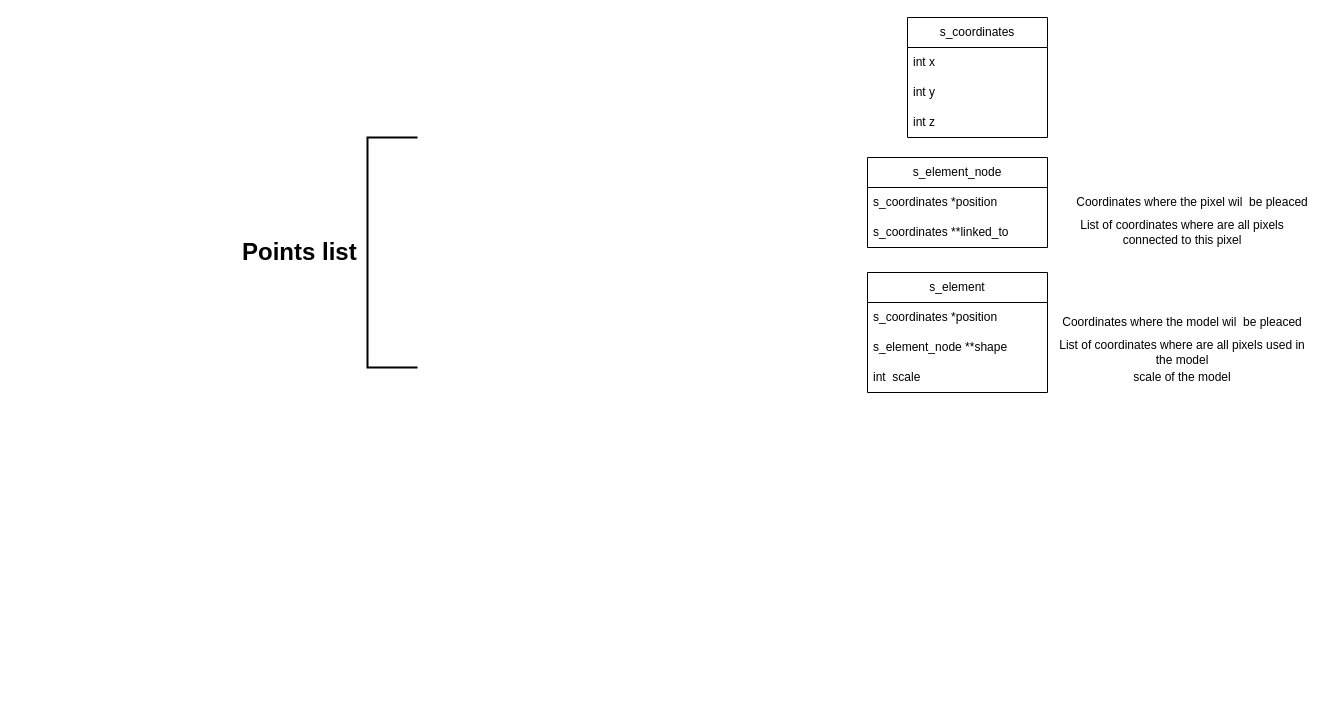
Earlier version of the draw.io diagram page "data layer" (2 of 4) of Untitled Diagram.drawio (nythocampos/42_code). Source tidied: cells renumbered, new cells numbered last; positions are measured from the earlier drawing's top-left corner, leaving out a move shared by most shapes. Both pictures are drawn from the tidied source at 100%, with x=0, y=0 at pixel (237, 17).
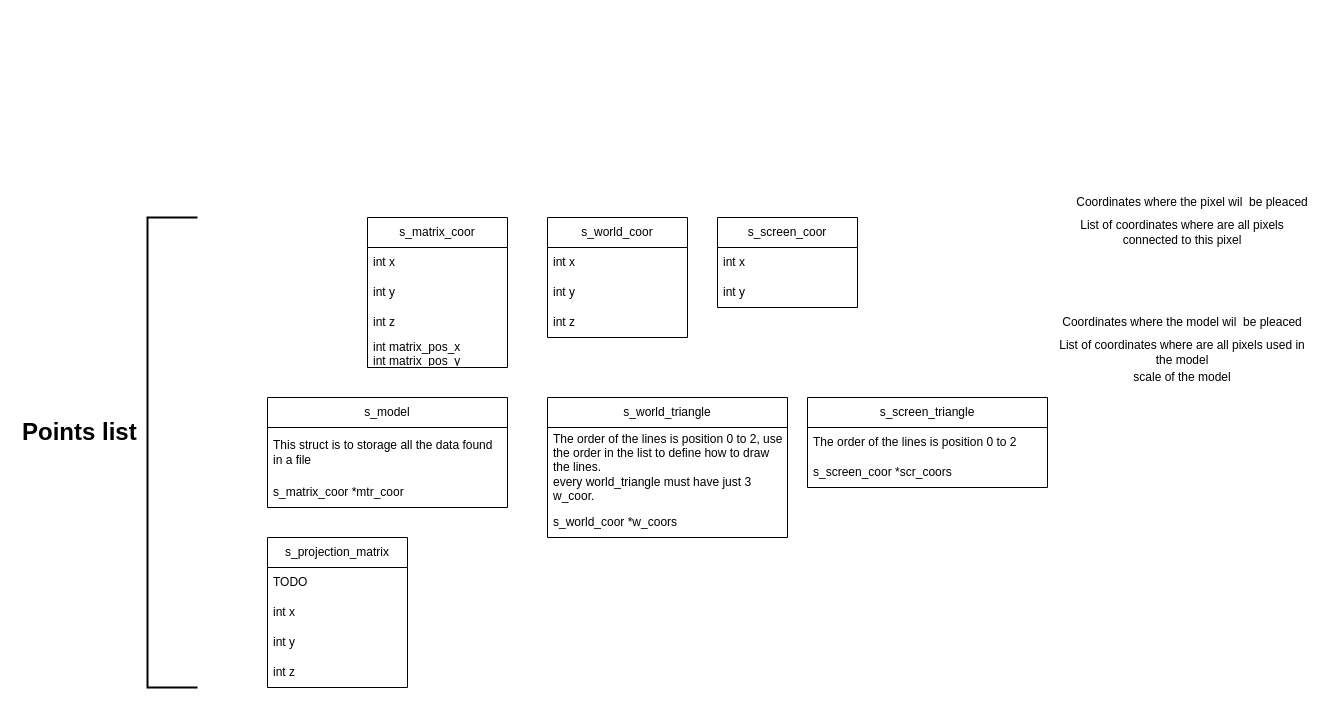
The same page after the edit.

Diff of the diagram source:
```diff
@@
     <mxCell id="2" value="&lt;h1&gt;Points list&lt;/h1&gt;" style="text;html=1;strokeColor=none;fillColor=none;spacing=5;spacingTop=-20;whiteSpace=wrap;overflow=hidden;rounded=0;" parent="1" vertex="1">
-      <mxGeometry y="215" width="140" height="40" as="geometry" />
+      <mxGeometry x="-220" y="395" width="140" height="40" as="geometry" />
     </mxCell>
     <mxCell id="3" style="strokeWidth=2;html=1;shape=mxgraph.flowchart.annotation_1;align=left;" parent="1" vertex="1">
-      <mxGeometry x="130" y="120" width="50" height="230" as="geometry" />
+      <mxGeometry x="-90" y="200" width="50" height="470" as="geometry" />
     </mxCell>
-    <mxCell id="4" value="s_coordinates" style="swimlane;fontStyle=0;horizontal=1;startSize=30;whiteSpace=wrap;html=1;" parent="1" vertex="1">
-      <mxGeometry x="670" width="140" height="120" as="geometry" />
+    <mxCell id="4" value="s_world_coor" style="swimlane;fontStyle=0;horizontal=1;startSize=30;whiteSpace=wrap;html=1;" parent="1" vertex="1">
+      <mxGeometry x="310" y="200" width="140" height="120" as="geometry" />
     </mxCell>
@@
-    <mxCell id="8" value="s_element_node" style="swimlane;fontStyle=0;horizontal=1;startSize=30;whiteSpace=wrap;html=1;" parent="1" vertex="1">
-      <mxGeometry x="630" y="140" width="180" height="90" as="geometry" />
-    </mxCell>
-    <mxCell id="9" value="s_coordinates *position" style="text;strokeColor=none;fillColor=none;align=left;verticalAlign=middle;spacingLeft=4;spacingRight=4;overflow=hidden;whiteSpace=wrap;html=1;" parent="8" vertex="1">
-      <mxGeometry y="30" width="180" height="30" as="geometry" />
-    </mxCell>
-    <mxCell id="10" value="s_coordinates **linked_to" style="text;strokeColor=none;fillColor=none;align=left;verticalAlign=middle;spacingLeft=4;spacingRight=4;overflow=hidden;whiteSpace=wrap;html=1;" parent="8" vertex="1">
-      <mxGeometry y="60" width="180" height="30" as="geometry" />
-    </mxCell>
-    <mxCell id="11" value="s_element" style="swimlane;fontStyle=0;horizontal=1;startSize=30;whiteSpace=wrap;html=1;" parent="1" vertex="1">
-      <mxGeometry x="630" y="255" width="180" height="120" as="geometry" />
-    </mxCell>
-    <mxCell id="12" value="s_coordinates *position" style="text;strokeColor=none;fillColor=none;align=left;verticalAlign=middle;spacingLeft=4;spacingRight=4;overflow=hidden;whiteSpace=wrap;html=1;" parent="11" vertex="1">
-      <mxGeometry y="30" width="180" height="30" as="geometry" />
-    </mxCell>
-    <mxCell id="13" value="s_element_node **shape" style="text;strokeColor=none;fillColor=none;align=left;verticalAlign=middle;spacingLeft=4;spacingRight=4;overflow=hidden;whiteSpace=wrap;html=1;" parent="11" vertex="1">
-      <mxGeometry y="60" width="180" height="30" as="geometry" />
-    </mxCell>
-    <mxCell id="14" value="int &amp;nbsp;scale" style="text;strokeColor=none;fillColor=none;align=left;verticalAlign=middle;spacingLeft=4;spacingRight=4;overflow=hidden;whiteSpace=wrap;html=1;" parent="11" vertex="1">
-      <mxGeometry y="90" width="180" height="30" as="geometry" />
-    </mxCell>
@@
+    <mxCell id="20" value="s_world_triangle" style="swimlane;fontStyle=0;horizontal=1;startSize=30;whiteSpace=wrap;html=1;" parent="1" vertex="1">
+      <mxGeometry x="310" y="380" width="240" height="140" as="geometry" />
+    </mxCell>
+    <mxCell id="21" value="The order of the lines is position 0 to 2, use the order in the list to define how to draw the lines.&lt;br&gt;every world_triangle must have just 3 w_coor." style="text;strokeColor=none;fillColor=none;align=left;verticalAlign=middle;spacingLeft=4;spacingRight=4;overflow=hidden;whiteSpace=wrap;html=1;" parent="20" vertex="1">
+      <mxGeometry y="30" width="240" height="80" as="geometry" />
+    </mxCell>
+    <mxCell id="22" value="s_world_coor *w_coors" style="text;strokeColor=none;fillColor=none;align=left;verticalAlign=middle;spacingLeft=4;spacingRight=4;overflow=hidden;whiteSpace=wrap;html=1;" parent="20" vertex="1">
+      <mxGeometry y="110" width="240" height="30" as="geometry" />
+    </mxCell>
+    <mxCell id="23" value="s_screen_triangle" style="swimlane;fontStyle=0;horizontal=1;startSize=30;whiteSpace=wrap;html=1;" parent="1" vertex="1">
+      <mxGeometry x="570" y="380" width="240" height="90" as="geometry" />
+    </mxCell>
+    <mxCell id="24" value="The order of the lines is position 0 to 2" style="text;strokeColor=none;fillColor=none;align=left;verticalAlign=middle;spacingLeft=4;spacingRight=4;overflow=hidden;whiteSpace=wrap;html=1;" parent="23" vertex="1">
+      <mxGeometry y="30" width="240" height="30" as="geometry" />
+    </mxCell>
+    <mxCell id="25" value="s_screen_coor *scr_coors" style="text;strokeColor=none;fillColor=none;align=left;verticalAlign=middle;spacingLeft=4;spacingRight=4;overflow=hidden;whiteSpace=wrap;html=1;" parent="23" vertex="1">
+      <mxGeometry y="60" width="240" height="30" as="geometry" />
+    </mxCell>
+    <mxCell id="26" value="s_screen_coor" style="swimlane;fontStyle=0;horizontal=1;startSize=30;whiteSpace=wrap;html=1;" parent="1" vertex="1">
+      <mxGeometry x="480" y="200" width="140" height="90" as="geometry" />
+    </mxCell>
+    <mxCell id="27" value="int x" style="text;strokeColor=none;fillColor=none;align=left;verticalAlign=middle;spacingLeft=4;spacingRight=4;overflow=hidden;whiteSpace=wrap;html=1;" parent="26" vertex="1">
+      <mxGeometry y="30" width="140" height="30" as="geometry" />
+    </mxCell>
+    <mxCell id="28" value="int y" style="text;strokeColor=none;fillColor=none;align=left;verticalAlign=middle;spacingLeft=4;spacingRight=4;overflow=hidden;whiteSpace=wrap;html=1;" parent="26" vertex="1">
+      <mxGeometry y="60" width="140" height="30" as="geometry" />
+    </mxCell>
+    <mxCell id="29" value="s_model" style="swimlane;fontStyle=0;horizontal=1;startSize=30;whiteSpace=wrap;html=1;" parent="1" vertex="1">
+      <mxGeometry x="30" y="380" width="240" height="110" as="geometry" />
+    </mxCell>
+    <mxCell id="30" value="This struct is to storage all the data found in a file" style="text;strokeColor=none;fillColor=none;align=left;verticalAlign=middle;spacingLeft=4;spacingRight=4;overflow=hidden;whiteSpace=wrap;html=1;" parent="29" vertex="1">
+      <mxGeometry y="30" width="240" height="50" as="geometry" />
+    </mxCell>
+    <mxCell id="31" value="s_matrix_coor *mtr_coor" style="text;strokeColor=none;fillColor=none;align=left;verticalAlign=middle;spacingLeft=4;spacingRight=4;overflow=hidden;whiteSpace=wrap;html=1;" parent="29" vertex="1">
+      <mxGeometry y="80" width="240" height="30" as="geometry" />
+    </mxCell>
+    <mxCell id="32" value="s_matrix_coor" style="swimlane;fontStyle=0;horizontal=1;startSize=30;whiteSpace=wrap;html=1;" parent="1" vertex="1">
+      <mxGeometry x="130" y="200" width="140" height="150" as="geometry" />
+    </mxCell>
+    <mxCell id="33" value="int x" style="text;strokeColor=none;fillColor=none;align=left;verticalAlign=middle;spacingLeft=4;spacingRight=4;overflow=hidden;whiteSpace=wrap;html=1;" parent="32" vertex="1">
+      <mxGeometry y="30" width="140" height="30" as="geometry" />
+    </mxCell>
+    <mxCell id="34" value="int y" style="text;strokeColor=none;fillColor=none;align=left;verticalAlign=middle;spacingLeft=4;spacingRight=4;overflow=hidden;whiteSpace=wrap;html=1;" parent="32" vertex="1">
+      <mxGeometry y="60" width="140" height="30" as="geometry" />
+    </mxCell>
+    <mxCell id="35" value="int z" style="text;strokeColor=none;fillColor=none;align=left;verticalAlign=middle;spacingLeft=4;spacingRight=4;overflow=hidden;whiteSpace=wrap;html=1;" parent="32" vertex="1">
+      <mxGeometry y="90" width="140" height="30" as="geometry" />
+    </mxCell>
+    <mxCell id="36" value="int matrix_pos_x&lt;br&gt;int matrix_pos_y" style="text;strokeColor=none;fillColor=none;align=left;verticalAlign=middle;spacingLeft=4;spacingRight=4;overflow=hidden;whiteSpace=wrap;html=1;" parent="32" vertex="1">
+      <mxGeometry y="120" width="140" height="30" as="geometry" />
+    </mxCell>
+    <mxCell id="37" value="s_projection_matrix" style="swimlane;fontStyle=0;horizontal=1;startSize=30;whiteSpace=wrap;html=1;" parent="1" vertex="1">
+      <mxGeometry x="30" y="520" width="140" height="150" as="geometry" />
+    </mxCell>
+    <mxCell id="38" value="TODO" style="text;strokeColor=none;fillColor=none;align=left;verticalAlign=middle;spacingLeft=4;spacingRight=4;overflow=hidden;whiteSpace=wrap;html=1;" parent="37" vertex="1">
+      <mxGeometry y="30" width="140" height="30" as="geometry" />
+    </mxCell>
+    <mxCell id="39" value="int x" style="text;strokeColor=none;fillColor=none;align=left;verticalAlign=middle;spacingLeft=4;spacingRight=4;overflow=hidden;whiteSpace=wrap;html=1;" parent="37" vertex="1">
+      <mxGeometry y="60" width="140" height="30" as="geometry" />
+    </mxCell>
+    <mxCell id="40" value="int y" style="text;strokeColor=none;fillColor=none;align=left;verticalAlign=middle;spacingLeft=4;spacingRight=4;overflow=hidden;whiteSpace=wrap;html=1;" parent="37" vertex="1">
+      <mxGeometry y="90" width="140" height="30" as="geometry" />
+    </mxCell>
+    <mxCell id="41" value="int z" style="text;strokeColor=none;fillColor=none;align=left;verticalAlign=middle;spacingLeft=4;spacingRight=4;overflow=hidden;whiteSpace=wrap;html=1;" parent="37" vertex="1">
+      <mxGeometry y="120" width="140" height="30" as="geometry" />
+    </mxCell>
```
